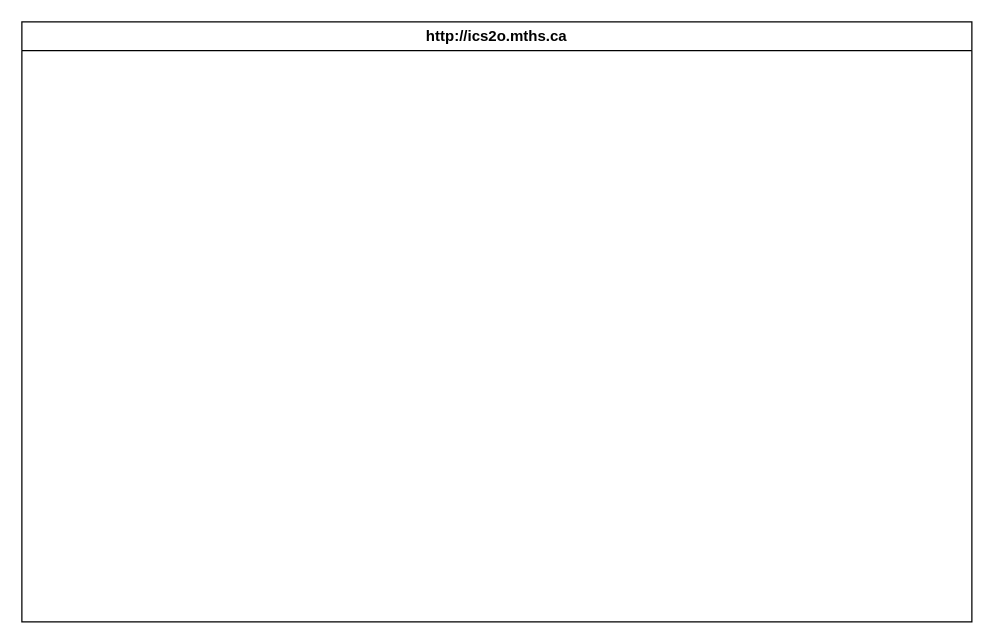
This is design/storyboard.drawio from MTHS-ICS2O-2-2022/ICS2O-Unit-5-02-Olivia-Boyce-Richardson, a draw.io file, before an edit. Source tidied: cells renumbered, new cells numbered last; positions are measured from the earlier drawing's top-left corner, leaving out a move shared by most shapes. Both pictures are drawn from the tidied source at 125%, with x=0, y=0 at pixel (21, 21).
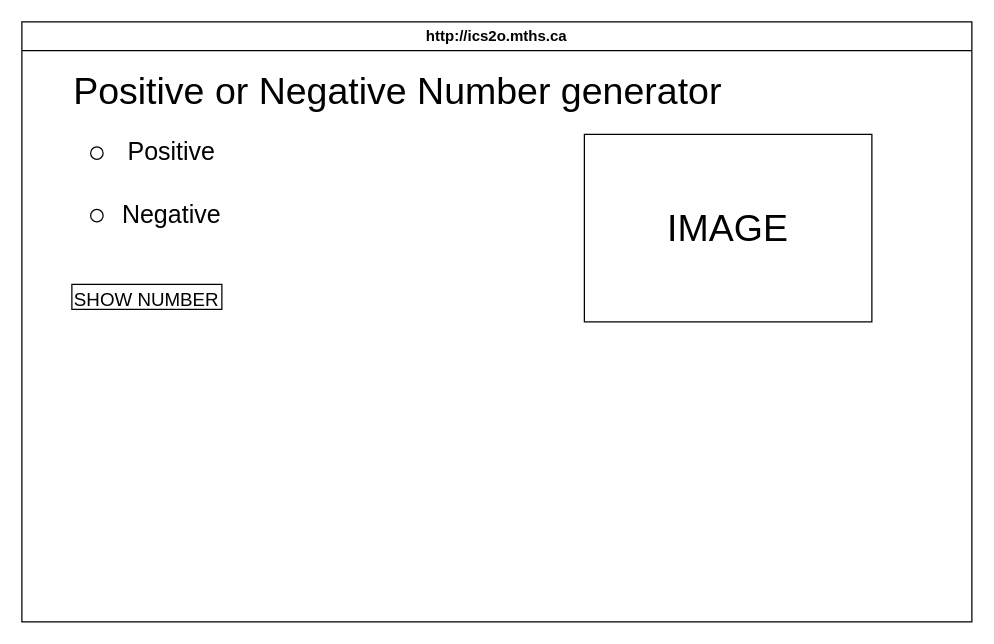
The same diagram, later.

The edit, as a diff of the source:
```diff
@@
 <mxGraphModel>
   <root>
     <mxCell id="0" />
     <mxCell id="1" parent="0" />
     <mxCell id="2" value="http://ics2o.mths.ca" style="swimlane;whiteSpace=wrap;html=1;" parent="1" vertex="1">
       <mxGeometry width="760" height="480" as="geometry" />
     </mxCell>
+    <mxCell id="3" value="&lt;font style=&quot;font-size: 30px;&quot;&gt;Positive or Negative Number generator&amp;nbsp;&lt;/font&gt;" style="text;html=1;strokeColor=none;fillColor=none;align=center;verticalAlign=middle;whiteSpace=wrap;rounded=0;" parent="2" vertex="1">
+      <mxGeometry x="20" y="50" width="570" height="10" as="geometry" />
+    </mxCell>
+    <mxCell id="4" value="&lt;font style=&quot;font-size: 20px;&quot;&gt;Positive&lt;/font&gt;" style="text;html=1;strokeColor=none;fillColor=none;align=center;verticalAlign=middle;whiteSpace=wrap;rounded=0;fontSize=30;" parent="2" vertex="1">
+      <mxGeometry x="70" y="90" width="100" height="20" as="geometry" />
+    </mxCell>
+    <mxCell id="5" style="ellipse;whiteSpace=wrap;html=1;fontSize=20;" parent="2" vertex="1">
+      <mxGeometry x="55" y="100" width="10" height="10" as="geometry" />
+    </mxCell>
+    <mxCell id="6" value="&lt;font style=&quot;font-size: 20px;&quot;&gt;Negative&lt;/font&gt;" style="text;html=1;strokeColor=none;fillColor=none;align=center;verticalAlign=middle;whiteSpace=wrap;rounded=0;fontSize=30;" parent="2" vertex="1">
+      <mxGeometry x="70" y="140" width="100" height="20" as="geometry" />
+    </mxCell>
+    <mxCell id="7" style="ellipse;whiteSpace=wrap;html=1;fontSize=20;" parent="2" vertex="1">
+      <mxGeometry x="55" y="150" width="10" height="10" as="geometry" />
+    </mxCell>
+    <mxCell id="8" value="&lt;font style=&quot;font-size: 15px;&quot;&gt;SHOW NUMBER&lt;/font&gt;" style="rounded=0;whiteSpace=wrap;html=1;fontSize=20;" parent="2" vertex="1">
+      <mxGeometry x="40" y="210" width="120" height="20" as="geometry" />
+    </mxCell>
+    <mxCell id="9" value="&lt;font style=&quot;font-size: 30px;&quot;&gt;IMAGE&lt;/font&gt;" style="rounded=0;whiteSpace=wrap;html=1;" parent="2" vertex="1">
+      <mxGeometry x="450" y="90" width="230" height="150" as="geometry" />
+    </mxCell>
   </root>
 </mxGraphModel>
```
